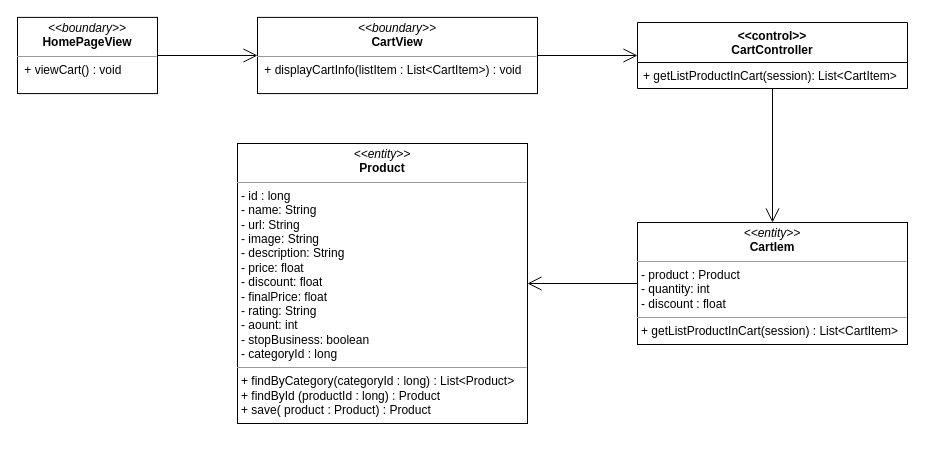
This is class diagram/view-cart-class-diagram.drawio from nguyenphamvan/datn_20202, a draw.io file, before an edit. Source tidied: cells renumbered, new cells numbered last; positions are measured from the earlier drawing's top-left corner, leaving out a move shared by most shapes. Both pictures are drawn from the tidied source at 100%, with x=0, y=0 at pixel (17, 17).
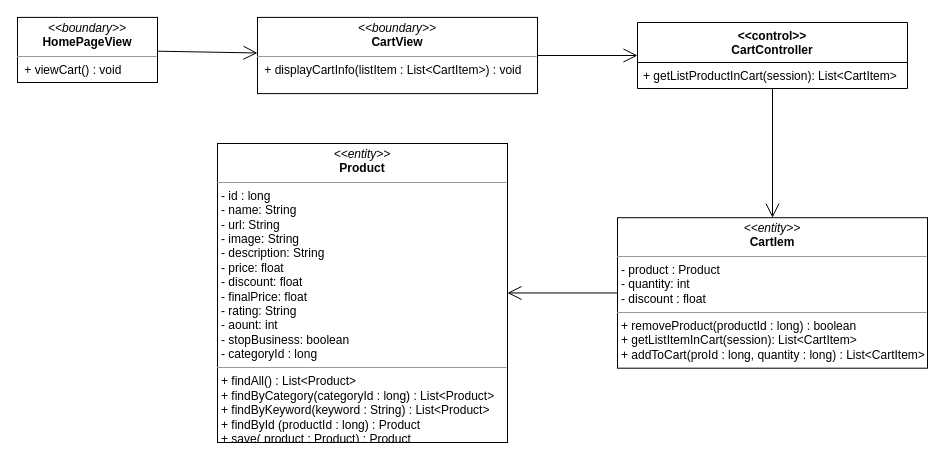
After the change.

What changed in the source:
```diff
@@
 <mxGraphModel>
   <root>
     <mxCell id="0" />
     <mxCell id="1" parent="0" />
     <mxCell id="2" value="&lt;p style=&quot;margin: 0px ; margin-top: 4px ; text-align: center&quot;&gt;&lt;i&gt;&amp;lt;&amp;lt;boundary&amp;gt;&amp;gt;&lt;/i&gt;&lt;br&gt;&lt;b&gt;CartView&lt;/b&gt;&lt;/p&gt;&lt;hr size=&quot;1&quot;&gt;&lt;p style=&quot;margin: 0px ; margin-left: 4px&quot;&gt;&lt;span&gt;&amp;nbsp;+ displayCartInfo(listItem : List&amp;lt;CartItem&amp;gt;) : void&lt;br&gt;&lt;/span&gt;&lt;/p&gt;" style="verticalAlign=top;align=left;overflow=fill;fontSize=12;fontFamily=Helvetica;html=1;" parent="1" vertex="1">
       <mxGeometry x="240" y="-0.1" width="280" height="76.2" as="geometry" />
     </mxCell>
-    <mxCell id="3" value="&lt;p style=&quot;margin: 0px ; margin-top: 4px ; text-align: center&quot;&gt;&lt;i&gt;&amp;lt;&amp;lt;entity&amp;gt;&amp;gt;&lt;/i&gt;&lt;br&gt;&lt;b&gt;CartIem&lt;/b&gt;&lt;/p&gt;&lt;hr size=&quot;1&quot;&gt;&lt;p style=&quot;margin: 0px ; margin-left: 4px&quot;&gt;- product : Product&lt;/p&gt;&lt;p style=&quot;margin: 0px ; margin-left: 4px&quot;&gt;- quantity: int&lt;br&gt;- discount : float&lt;/p&gt;&lt;hr size=&quot;1&quot;&gt;&lt;p style=&quot;margin: 0px ; margin-left: 4px&quot;&gt;+ getListProductInCart(session) : List&amp;lt;CartItem&amp;gt;&lt;br&gt;&lt;/p&gt;" style="verticalAlign=top;align=left;overflow=fill;fontSize=12;fontFamily=Helvetica;html=1;" parent="1" vertex="1">
-      <mxGeometry x="620" y="205" width="270" height="122" as="geometry" />
+    <mxCell id="3" value="&lt;p style=&quot;margin: 0px ; margin-top: 4px ; text-align: center&quot;&gt;&lt;i&gt;&amp;lt;&amp;lt;entity&amp;gt;&amp;gt;&lt;/i&gt;&lt;br&gt;&lt;b&gt;CartIem&lt;/b&gt;&lt;/p&gt;&lt;hr size=&quot;1&quot;&gt;&lt;p style=&quot;margin: 0px ; margin-left: 4px&quot;&gt;- product : Product&lt;/p&gt;&lt;p style=&quot;margin: 0px ; margin-left: 4px&quot;&gt;- quantity: int&lt;br&gt;- discount : float&lt;/p&gt;&lt;hr size=&quot;1&quot;&gt;&lt;p style=&quot;margin: 0px 0px 0px 4px&quot;&gt;+ removeProduct(productId : long) : boolean&lt;/p&gt;&lt;p style=&quot;margin: 0px 0px 0px 4px&quot;&gt;+ getListItemInCart(session): List&amp;lt;CartItem&amp;gt;&lt;/p&gt;&lt;p style=&quot;margin: 0px 0px 0px 4px&quot;&gt;+ addToCart(proId : long, quantity : long) : List&amp;lt;CartItem&amp;gt;&lt;/p&gt;" style="verticalAlign=top;align=left;overflow=fill;fontSize=12;fontFamily=Helvetica;html=1;" parent="1" vertex="1">
+      <mxGeometry x="600" y="200.2" width="310" height="150.5" as="geometry" />
     </mxCell>
     <mxCell id="4" value="&lt;&lt;control&gt;&gt;&#10;CartController" style="swimlane;fontStyle=1;align=center;verticalAlign=top;horizontal=1;startSize=40;" parent="1" vertex="1">
       <mxGeometry x="620" y="5" width="270" height="66" as="geometry" />
     </mxCell>
     <mxCell id="5" value="+ getListProductInCart(session): List&lt;CartItem&gt;" style="text;strokeColor=none;fillColor=none;align=left;verticalAlign=top;spacingLeft=4;spacingRight=4;overflow=hidden;" parent="4" vertex="1">
       <mxGeometry y="40" width="270" height="26" as="geometry" />
     </mxCell>
     <mxCell id="6" style="endArrow=open;endFill=1;endSize=12;html=1;" parent="1" edge="1" source="4" target="3">
       <mxGeometry relative="1" as="geometry" />
     </mxCell>
     <mxCell id="7" value="&lt;p style=&quot;margin: 0px ; margin-top: 4px ; text-align: center&quot;&gt;&lt;i&gt;&amp;lt;&amp;lt;boundary&amp;gt;&amp;gt;&lt;/i&gt;&lt;br&gt;&lt;b&gt;HomePageView&lt;/b&gt;&lt;/p&gt;&lt;hr size=&quot;1&quot;&gt;&lt;p style=&quot;margin: 0px ; margin-left: 4px&quot;&gt;&lt;span&gt;&amp;nbsp;+ viewCart() : void&lt;br&gt;&lt;/span&gt;&lt;/p&gt;" style="verticalAlign=top;align=left;overflow=fill;fontSize=12;fontFamily=Helvetica;html=1;" parent="1" vertex="1">
-      <mxGeometry y="-0.1" width="140" height="76.2" as="geometry" />
+      <mxGeometry y="-0.1" width="140" height="65.1" as="geometry" />
     </mxCell>
     <mxCell id="8" style="endArrow=open;endFill=1;endSize=12;html=1;" parent="1" edge="1" source="7" target="2">
       <mxGeometry relative="1" as="geometry" />
     </mxCell>
     <mxCell id="9" style="endArrow=open;endFill=1;endSize=12;html=1;" parent="1" edge="1" source="2" target="4">
       <mxGeometry relative="1" as="geometry" />
     </mxCell>
-    <mxCell id="10" value="&lt;p style=&quot;margin: 0px ; margin-top: 4px ; text-align: center&quot;&gt;&lt;i&gt;&amp;lt;&amp;lt;entity&amp;gt;&amp;gt;&lt;/i&gt;&lt;br&gt;&lt;b&gt;Product&lt;/b&gt;&lt;/p&gt;&lt;hr size=&quot;1&quot;&gt;&lt;p style=&quot;margin: 0px ; margin-left: 4px&quot;&gt;- id : long&lt;/p&gt;&lt;p style=&quot;margin: 0px ; margin-left: 4px&quot;&gt;- name: String&lt;br&gt;- url: String&lt;/p&gt;&lt;p style=&quot;margin: 0px ; margin-left: 4px&quot;&gt;- image: String&lt;/p&gt;&lt;p style=&quot;margin: 0px ; margin-left: 4px&quot;&gt;- description: String&lt;/p&gt;&lt;p style=&quot;margin: 0px ; margin-left: 4px&quot;&gt;- price: float&lt;/p&gt;&lt;p style=&quot;margin: 0px ; margin-left: 4px&quot;&gt;- discount: float&lt;/p&gt;&lt;p style=&quot;margin: 0px ; margin-left: 4px&quot;&gt;- finalPrice: float&lt;/p&gt;&lt;p style=&quot;margin: 0px ; margin-left: 4px&quot;&gt;- rating: String&lt;/p&gt;&lt;p style=&quot;margin: 0px ; margin-left: 4px&quot;&gt;- aount: int&lt;/p&gt;&lt;p style=&quot;margin: 0px ; margin-left: 4px&quot;&gt;- stopBusiness: boolean&lt;/p&gt;&lt;p style=&quot;margin: 0px ; margin-left: 4px&quot;&gt;- categoryId : long&lt;/p&gt;&lt;hr size=&quot;1&quot;&gt;&lt;p style=&quot;margin: 0px 0px 0px 4px&quot;&gt;+ findByCategory(categoryId : long) : List&amp;lt;Product&amp;gt;&lt;/p&gt;&lt;p style=&quot;margin: 0px 0px 0px 4px&quot;&gt;+ findById (productId : long) : Product&lt;/p&gt;&lt;p style=&quot;margin: 0px 0px 0px 4px&quot;&gt;+ save( product : Product) : Product&lt;/p&gt;" style="verticalAlign=top;align=left;overflow=fill;fontSize=12;fontFamily=Helvetica;html=1;" parent="1" vertex="1">
-      <mxGeometry x="220" y="126" width="290" height="280" as="geometry" />
+    <mxCell id="10" value="&lt;p style=&quot;margin: 0px ; margin-top: 4px ; text-align: center&quot;&gt;&lt;i&gt;&amp;lt;&amp;lt;entity&amp;gt;&amp;gt;&lt;/i&gt;&lt;br&gt;&lt;b&gt;Product&lt;/b&gt;&lt;/p&gt;&lt;hr size=&quot;1&quot;&gt;&lt;p style=&quot;margin: 0px ; margin-left: 4px&quot;&gt;- id : long&lt;/p&gt;&lt;p style=&quot;margin: 0px ; margin-left: 4px&quot;&gt;- name: String&lt;br&gt;- url: String&lt;/p&gt;&lt;p style=&quot;margin: 0px ; margin-left: 4px&quot;&gt;- image: String&lt;/p&gt;&lt;p style=&quot;margin: 0px ; margin-left: 4px&quot;&gt;- description: String&lt;/p&gt;&lt;p style=&quot;margin: 0px ; margin-left: 4px&quot;&gt;- price: float&lt;/p&gt;&lt;p style=&quot;margin: 0px ; margin-left: 4px&quot;&gt;- discount: float&lt;/p&gt;&lt;p style=&quot;margin: 0px ; margin-left: 4px&quot;&gt;- finalPrice: float&lt;/p&gt;&lt;p style=&quot;margin: 0px ; margin-left: 4px&quot;&gt;- rating: String&lt;/p&gt;&lt;p style=&quot;margin: 0px ; margin-left: 4px&quot;&gt;- aount: int&lt;/p&gt;&lt;p style=&quot;margin: 0px ; margin-left: 4px&quot;&gt;- stopBusiness: boolean&lt;/p&gt;&lt;p style=&quot;margin: 0px ; margin-left: 4px&quot;&gt;- categoryId : long&lt;/p&gt;&lt;hr size=&quot;1&quot;&gt;&lt;p style=&quot;margin: 0px 0px 0px 4px&quot;&gt;+ findAll() : List&amp;lt;Product&amp;gt;&lt;/p&gt;&lt;p style=&quot;margin: 0px 0px 0px 4px&quot;&gt;+ findByCategory(categoryId : long) : List&amp;lt;Product&amp;gt;&lt;/p&gt;&lt;p style=&quot;margin: 0px 0px 0px 4px&quot;&gt;+ findByKeyword(keyword : String) : List&amp;lt;Product&amp;gt;&lt;/p&gt;&lt;p style=&quot;margin: 0px 0px 0px 4px&quot;&gt;+ findById (productId : long) : Product&lt;/p&gt;&lt;p style=&quot;margin: 0px 0px 0px 4px&quot;&gt;+ save( product : Product) : Product&lt;/p&gt;" style="verticalAlign=top;align=left;overflow=fill;fontSize=12;fontFamily=Helvetica;html=1;" parent="1" vertex="1">
+      <mxGeometry x="200" y="126" width="290" height="299" as="geometry" />
     </mxCell>
     <mxCell id="11" style="endArrow=open;endFill=1;endSize=12;html=1;" parent="1" edge="1" source="3" target="10">
       <mxGeometry relative="1" as="geometry" />
     </mxCell>
   </root>
 </mxGraphModel>
```
